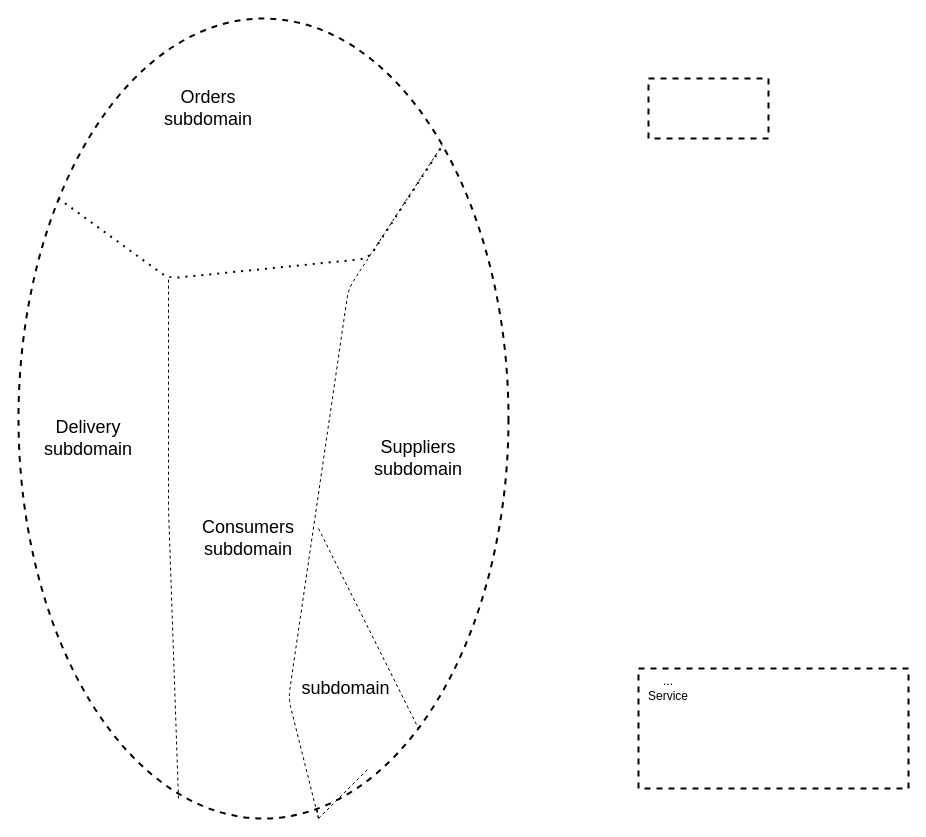
Earlier version of the draw.io diagram page "by-subdomain" (2 of 2) of decompositions.drawio (kayaman/diagrams). Source tidied: cells renumbered, new cells numbered last; positions are measured from the earlier drawing's top-left corner, leaving out a move shared by most shapes. Both pictures are drawn from the tidied source at 100%, with x=0, y=0 at pixel (18, 18).
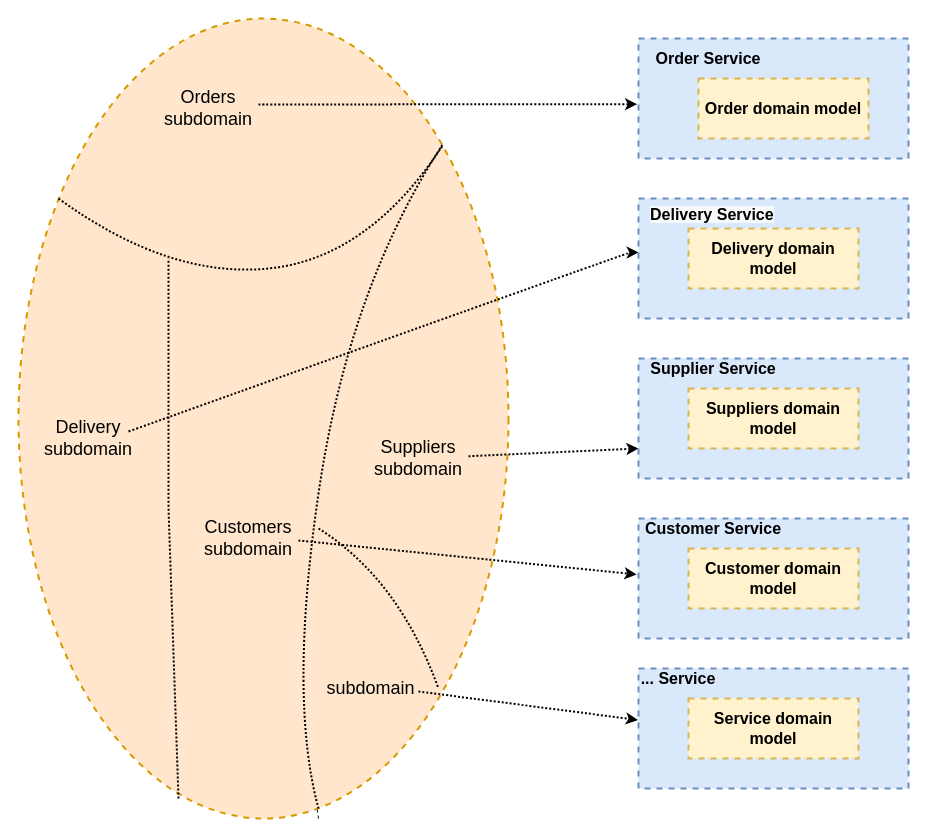
After the change.

Unchanged cells that the change refers to:
```xml
<mxCell id="9" value="&lt;font style=&quot;font-size: 18px&quot;&gt;Suppliers subdomain&lt;/font&gt;" style="text;html=1;strokeColor=none;fillColor=none;align=center;verticalAlign=middle;whiteSpace=wrap;rounded=0;dashed=1;" parent="1" vertex="1">
  <mxGeometry x="350" y="370" width="100" height="140" as="geometry" />
</mxCell>
```

Change to the diagram source:
```diff
@@
-    <mxCell id="2" style="ellipse;whiteSpace=wrap;html=1;dashed=1;strokeWidth=2;fillColor=none;" parent="1" vertex="1">
+    <mxCell id="2" style="ellipse;whiteSpace=wrap;html=1;dashed=1;strokeWidth=2;fillColor=#ffe6cc;strokeColor=#d79b00;" parent="1" vertex="1">
       <mxGeometry width="490" height="800" as="geometry" />
     </mxCell>
-    <mxCell id="3" style="endArrow=none;dashed=1;html=1;" parent="1" edge="1">
+    <mxCell id="3" style="endArrow=none;dashed=1;html=1;strokeWidth=2;dashPattern=1 1;" parent="1" edge="1">
       <mxGeometry relative="1" as="geometry">
         <mxPoint x="160" y="780" as="sourcePoint" />
-        <mxPoint x="150" y="260" as="targetPoint" />
+        <mxPoint x="150" y="240" as="targetPoint" />
         <Array as="points">
           <mxPoint x="150" y="490" />
         </Array>
       </mxGeometry>
     </mxCell>
-    <mxCell id="4" style="endArrow=none;dashed=1;html=1;dashPattern=1 3;strokeWidth=2;" parent="1" edge="1" target="2">
+    <mxCell id="4" style="endArrow=none;dashed=1;html=1;dashPattern=1 1;strokeWidth=2;curved=1;" parent="1" edge="1" target="2">
       <mxGeometry relative="1" as="geometry">
         <mxPoint x="40" y="180" as="sourcePoint" />
         <Array as="points">
           <mxPoint x="150" y="260" />
           <mxPoint x="350" y="240" />
         </Array>
       </mxGeometry>
     </mxCell>
@@
-    <mxCell id="6" style="endArrow=none;dashed=1;html=1;" parent="1" edge="1">
-      <mxGeometry relative="1" as="geometry">
-        <mxPoint x="300" y="800" as="sourcePoint" />
-        <mxPoint x="350" y="750" as="targetPoint" />
-      </mxGeometry>
-    </mxCell>
-    <mxCell id="7" style="endArrow=none;dashed=1;html=1;" parent="1" edge="1" target="2">
+    <mxCell id="7" style="endArrow=none;dashed=1;html=1;strokeWidth=2;curved=1;dashPattern=1 1;" parent="1" edge="1" target="2">
       <mxGeometry relative="1" as="geometry">
-        <mxPoint x="300" y="800" as="sourcePoint" />
+        <mxPoint x="300" y="790" as="sourcePoint" />
         <Array as="points">
           <mxPoint x="270" y="680" />
           <mxPoint x="330" y="270" />
         </Array>
       </mxGeometry>
     </mxCell>
+    <mxCell id="17" style="edgeStyle=none;curved=1;jettySize=auto;html=1;entryX=-0.005;entryY=0.547;entryDx=0;entryDy=0;entryPerimeter=0;dashed=1;dashPattern=1 1;strokeWidth=2;" parent="1" edge="1" target="27">
+      <mxGeometry relative="1" as="geometry">
+        <mxPoint x="240" y="86" as="sourcePoint" />
+      </mxGeometry>
+    </mxCell>
@@
+    <mxCell id="18" style="edgeStyle=none;curved=1;jettySize=auto;html=1;dashed=1;dashPattern=1 1;strokeWidth=2;entryX=0;entryY=0.75;entryDx=0;entryDy=0;" parent="1" edge="1" source="9" target="31">
+      <mxGeometry relative="1" as="geometry" />
+    </mxCell>
@@
+    <mxCell id="19" style="edgeStyle=none;curved=1;jettySize=auto;html=1;entryX=-0.007;entryY=0.466;entryDx=0;entryDy=0;dashed=1;dashPattern=1 1;strokeWidth=2;entryPerimeter=0;" parent="1" edge="1" target="23">
+      <mxGeometry relative="1" as="geometry">
+        <mxPoint x="280" y="522" as="sourcePoint" />
+      </mxGeometry>
+    </mxCell>
-    <mxCell id="10" value="&lt;font style=&quot;font-size: 18px&quot;&gt;Consumers subdomain&lt;/font&gt;" style="text;html=1;strokeColor=none;fillColor=none;align=center;verticalAlign=middle;whiteSpace=wrap;rounded=0;dashed=1;" parent="1" vertex="1">
+    <mxCell id="10" value="&lt;font style=&quot;font-size: 18px&quot;&gt;Customers subdomain&lt;/font&gt;" style="text;html=1;strokeColor=none;fillColor=none;align=center;verticalAlign=middle;whiteSpace=wrap;rounded=0;dashed=1;" parent="1" vertex="1">
       <mxGeometry x="210" y="510" width="40" height="20" as="geometry" />
     </mxCell>
+    <mxCell id="20" style="edgeStyle=none;curved=1;jettySize=auto;html=1;dashed=1;dashPattern=1 1;strokeWidth=2;entryX=0.001;entryY=0.449;entryDx=0;entryDy=0;entryPerimeter=0;" parent="1" edge="1" target="35">
+      <mxGeometry relative="1" as="geometry">
+        <mxPoint x="110" y="413" as="sourcePoint" />
+        <Array as="points">
+          <mxPoint x="610" y="234" />
+        </Array>
+      </mxGeometry>
+    </mxCell>
@@
-    <mxCell id="12" style="rounded=0;whiteSpace=wrap;html=1;dashed=1;strokeWidth=2;fillColor=none;" parent="1" vertex="1">
-      <mxGeometry x="630" y="60" width="120" height="60" as="geometry" />
-    </mxCell>
-    <mxCell id="13" style="endArrow=none;dashed=1;html=1;" parent="1" edge="1" target="2">
+    <mxCell id="13" style="endArrow=none;dashed=1;html=1;curved=1;strokeWidth=2;dashPattern=1 1;" parent="1" edge="1">
       <mxGeometry relative="1" as="geometry">
         <mxPoint x="300" y="510" as="sourcePoint" />
+        <mxPoint x="420" y="670" as="targetPoint" />
+        <Array as="points">
+          <mxPoint x="380" y="560" />
+        </Array>
       </mxGeometry>
     </mxCell>
+    <mxCell id="21" style="edgeStyle=none;curved=1;jettySize=auto;html=1;entryX=-0.002;entryY=0.429;entryDx=0;entryDy=0;entryPerimeter=0;dashed=1;dashPattern=1 1;strokeWidth=2;" parent="1" edge="1" target="15">
+      <mxGeometry relative="1" as="geometry">
+        <mxPoint x="400" y="673" as="sourcePoint" />
+      </mxGeometry>
+    </mxCell>
     <mxCell id="14" value="&lt;font style=&quot;font-size: 18px&quot;&gt;subdomain&lt;/font&gt;" style="text;html=1;strokeColor=none;fillColor=none;align=center;verticalAlign=middle;whiteSpace=wrap;rounded=0;dashed=1;" parent="1" vertex="1">
-      <mxGeometry x="305" y="660" width="45" height="20" as="geometry" />
+      <mxGeometry x="330" y="660" width="45" height="20" as="geometry" />
     </mxCell>
-    <mxCell id="15" style="rounded=0;whiteSpace=wrap;html=1;dashed=1;strokeWidth=2;fillColor=none;" parent="1" vertex="1">
+    <mxCell id="15" style="rounded=0;whiteSpace=wrap;html=1;dashed=1;strokeWidth=2;fillColor=#dae8fc;strokeColor=#6c8ebf;" parent="1" vertex="1">
       <mxGeometry x="620" y="650" width="270" height="120" as="geometry" />
     </mxCell>
-    <mxCell id="16" value="... Service" style="text;html=1;strokeColor=none;fillColor=none;align=center;verticalAlign=middle;whiteSpace=wrap;rounded=0;dashed=1;" parent="1" vertex="1">
-      <mxGeometry x="630" y="660" width="40" height="20" as="geometry" />
+    <mxCell id="16" value="&lt;font style=&quot;font-size: 16px&quot;&gt;&lt;b&gt;... Service&lt;/b&gt;&lt;/font&gt;" style="text;html=1;strokeColor=none;fillColor=none;align=center;verticalAlign=middle;whiteSpace=wrap;rounded=0;dashed=1;" parent="1" vertex="1">
+      <mxGeometry x="620" y="650" width="80" height="20" as="geometry" />
     </mxCell>
+    <mxCell id="22" value="&lt;font style=&quot;font-size: 16px&quot;&gt;&lt;b&gt;Service domain model&lt;/b&gt;&lt;/font&gt;" style="rounded=0;whiteSpace=wrap;html=1;dashed=1;strokeWidth=2;fillColor=#fff2cc;strokeColor=#d6b656;" parent="1" vertex="1">
+      <mxGeometry x="670" y="680" width="170" height="60" as="geometry" />
+    </mxCell>
+    <mxCell id="23" style="rounded=0;whiteSpace=wrap;html=1;dashed=1;strokeWidth=2;fillColor=#dae8fc;strokeColor=#6c8ebf;" parent="1" vertex="1">
+      <mxGeometry x="620" y="500" width="270" height="120" as="geometry" />
+    </mxCell>
+    <mxCell id="24" value="&lt;font style=&quot;font-size: 16px&quot;&gt;&lt;b&gt;Customer Service&lt;/b&gt;&lt;/font&gt;" style="text;html=1;strokeColor=none;fillColor=none;align=center;verticalAlign=middle;whiteSpace=wrap;rounded=0;dashed=1;" parent="1" vertex="1">
+      <mxGeometry x="620" y="500" width="150" height="20" as="geometry" />
+    </mxCell>
+    <mxCell id="25" value="&lt;font style=&quot;font-size: 16px&quot;&gt;&lt;b&gt;Customer domain model&lt;/b&gt;&lt;/font&gt;" style="rounded=0;whiteSpace=wrap;html=1;dashed=1;strokeWidth=2;fillColor=#fff2cc;strokeColor=#d6b656;" parent="1" vertex="1">
+      <mxGeometry x="670" y="530" width="170" height="60" as="geometry" />
+    </mxCell>
+    <mxCell id="26" style="group;" parent="1" vertex="1">
+      <mxGeometry x="620" y="20" width="270" height="120" as="geometry" />
+    </mxCell>
+    <mxCell id="27" style="rounded=0;whiteSpace=wrap;html=1;dashed=1;strokeWidth=2;fillColor=#dae8fc;strokeColor=#6c8ebf;" parent="26" vertex="1">
+      <mxGeometry width="270" height="120" as="geometry" />
+    </mxCell>
+    <mxCell id="28" value="&lt;font style=&quot;font-size: 16px&quot;&gt;&lt;b&gt;Order Service&lt;/b&gt;&lt;/font&gt;" style="text;html=1;strokeColor=none;fillColor=none;align=center;verticalAlign=middle;whiteSpace=wrap;rounded=0;dashed=1;" parent="26" vertex="1">
+      <mxGeometry x="10" y="10" width="120" height="20" as="geometry" />
+    </mxCell>
+    <mxCell id="29" value="&lt;font style=&quot;font-size: 16px&quot;&gt;&lt;b&gt;Order domain model&lt;/b&gt;&lt;/font&gt;" style="rounded=0;whiteSpace=wrap;html=1;dashed=1;strokeWidth=2;fillColor=#fff2cc;strokeColor=#d6b656;" parent="26" vertex="1">
+      <mxGeometry x="60" y="40" width="170" height="60" as="geometry" />
+    </mxCell>
+    <mxCell id="30" style="group;" parent="1" vertex="1">
+      <mxGeometry x="620" y="340" width="270" height="120" as="geometry" />
+    </mxCell>
+    <mxCell id="31" style="rounded=0;whiteSpace=wrap;html=1;dashed=1;strokeWidth=2;fillColor=#dae8fc;strokeColor=#6c8ebf;" parent="30" vertex="1">
+      <mxGeometry width="270" height="120" as="geometry" />
+    </mxCell>
+    <mxCell id="32" value="&lt;font style=&quot;font-size: 16px&quot;&gt;&lt;b&gt;Supplier Service&lt;/b&gt;&lt;/font&gt;" style="text;html=1;strokeColor=none;fillColor=none;align=center;verticalAlign=middle;whiteSpace=wrap;rounded=0;dashed=1;" parent="30" vertex="1">
+      <mxGeometry width="150" height="20" as="geometry" />
+    </mxCell>
+    <mxCell id="33" value="&lt;font style=&quot;font-size: 16px&quot;&gt;&lt;b&gt;Suppliers domain model&lt;/b&gt;&lt;/font&gt;" style="rounded=0;whiteSpace=wrap;html=1;dashed=1;strokeWidth=2;fillColor=#fff2cc;strokeColor=#d6b656;" parent="30" vertex="1">
+      <mxGeometry x="50" y="30" width="170" height="60" as="geometry" />
+    </mxCell>
+    <mxCell id="34" style="group;" parent="1" vertex="1">
+      <mxGeometry x="620" y="180" width="270" height="120" as="geometry" />
+    </mxCell>
+    <mxCell id="35" style="rounded=0;whiteSpace=wrap;html=1;dashed=1;strokeWidth=2;fillColor=#dae8fc;strokeColor=#6c8ebf;" parent="34" vertex="1">
+      <mxGeometry width="270" height="120" as="geometry" />
+    </mxCell>
+    <mxCell id="36" value="&lt;font style=&quot;font-size: 16px&quot;&gt;&lt;b&gt;Delivery domain model&lt;/b&gt;&lt;/font&gt;" style="rounded=0;whiteSpace=wrap;html=1;dashed=1;strokeWidth=2;fillColor=#fff2cc;strokeColor=#d6b656;" parent="34" vertex="1">
+      <mxGeometry x="50" y="30" width="170" height="60" as="geometry" />
+    </mxCell>
+    <mxCell id="37" value="&lt;b style=&quot;color: rgb(0 , 0 , 0) ; font-family: &amp;#34;helvetica&amp;#34; ; font-size: 16px ; font-style: normal ; letter-spacing: normal ; text-align: center ; text-indent: 0px ; text-transform: none ; word-spacing: 0px ; background-color: rgb(248 , 249 , 250)&quot;&gt;Delivery Service&lt;/b&gt;" style="text;whiteSpace=wrap;html=1;" parent="34" vertex="1">
+      <mxGeometry x="10" width="160" height="30" as="geometry" />
+    </mxCell>
```
